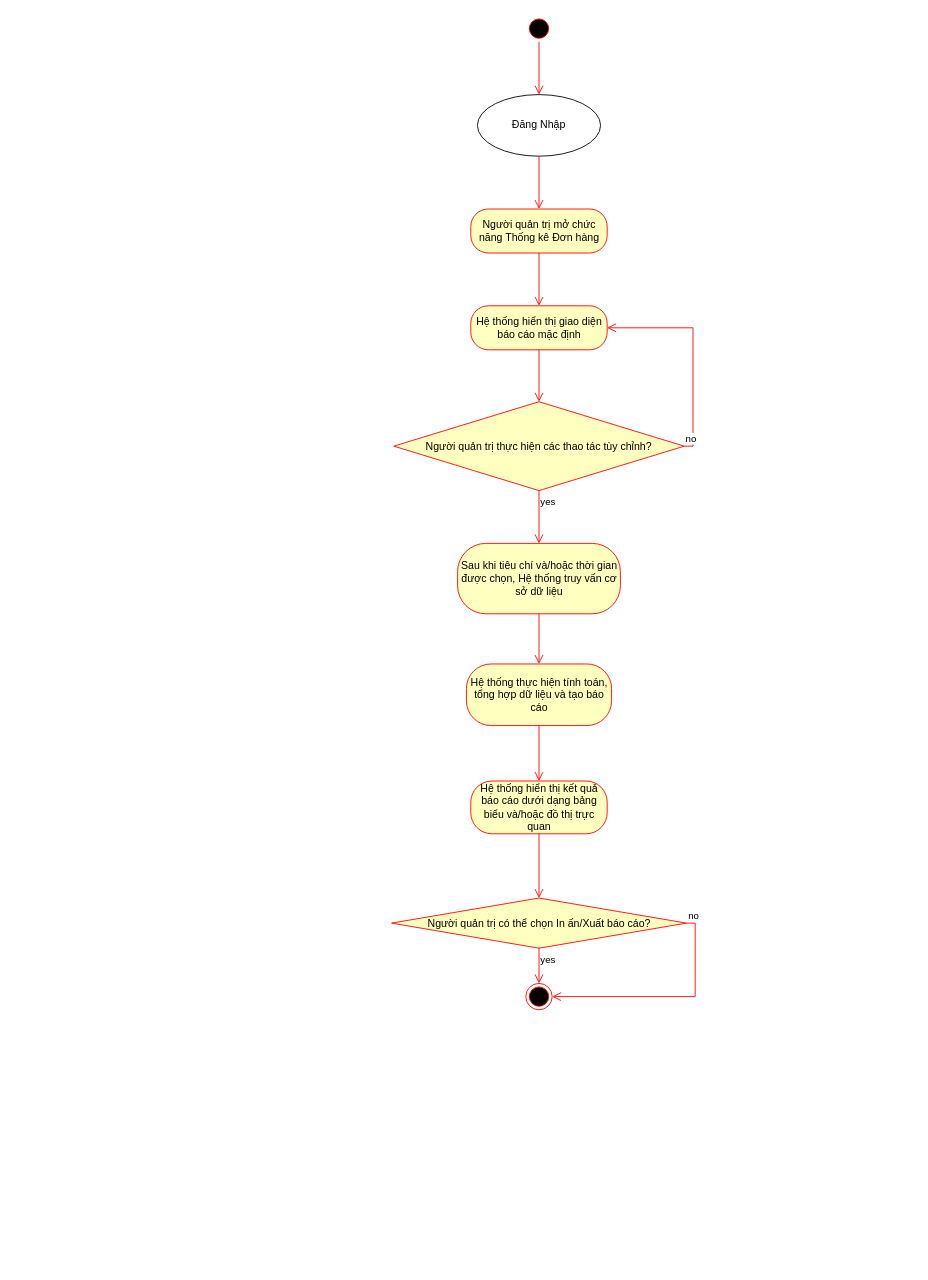
Earlier version of the draw.io diagram Diagram/Activity/Admin_ManageOrder.drawio (DiagaticSnith/goshop). Source tidied: cells renumbered, new cells numbered last; positions are measured from the earlier drawing's top-left corner, leaving out a move shared by most shapes. Both pictures are drawn from the tidied source at 88%, with x=0, y=0 at pixel (392, 15).
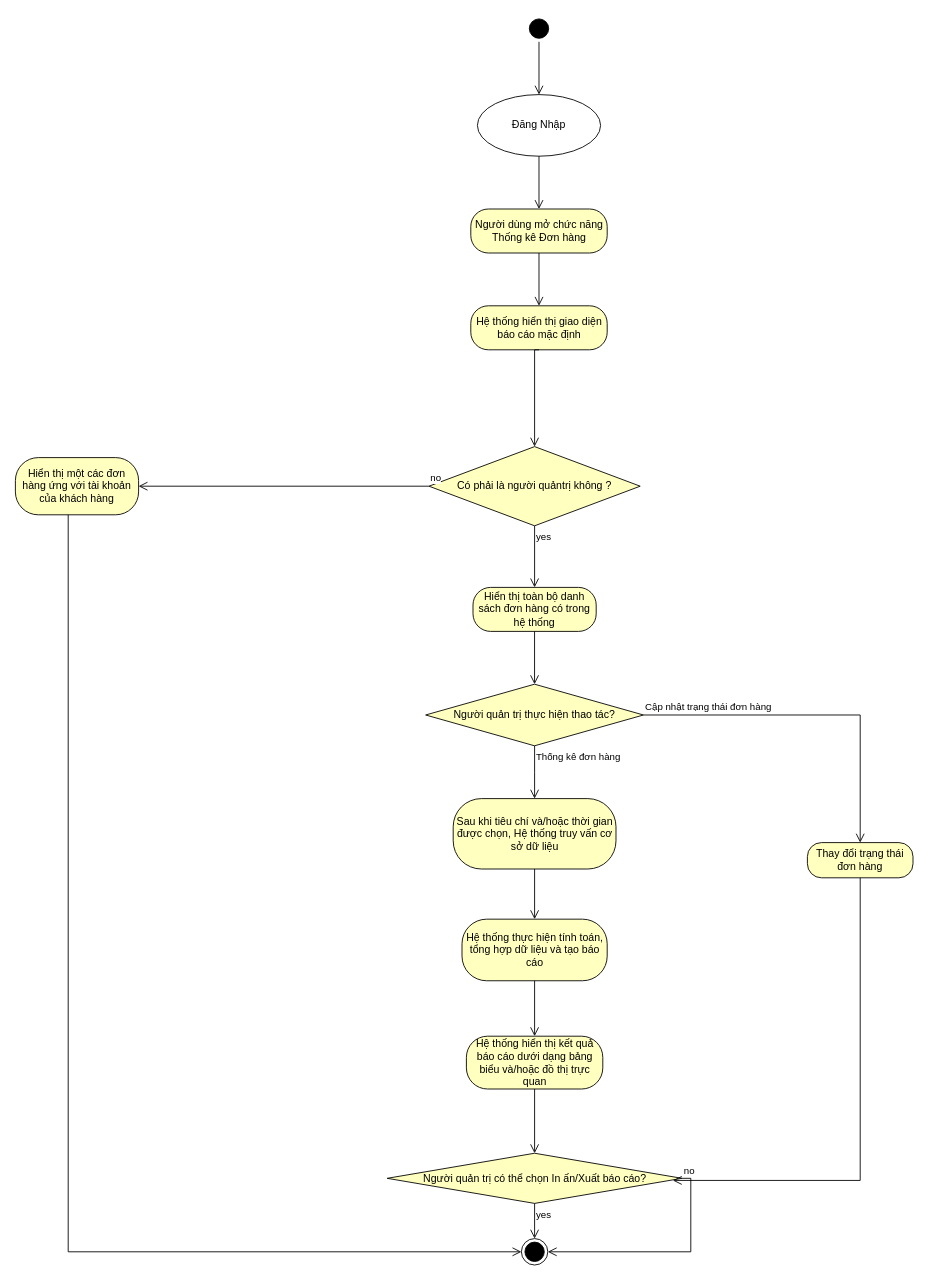
Above is the later version.

Diff of the diagram source:
```diff
@@
-    <mxCell id="2" style="ellipse;html=1;shape=startState;fillColor=#000000;strokeColor=#ff0000;" parent="1" vertex="1">
+    <mxCell id="2" style="ellipse;html=1;shape=startState;fillColor=#000000;strokeColor=#000000;" parent="1" vertex="1">
       <mxGeometry x="152" width="30" height="30" as="geometry" />
     </mxCell>
-    <mxCell id="3" style="edgeStyle=orthogonalEdgeStyle;html=1;verticalAlign=bottom;endArrow=open;endSize=8;strokeColor=#ff0000;rounded=0;entryX=0.5;entryY=0;entryDx=0;entryDy=0;" parent="1" edge="1" source="2" target="6">
+    <mxCell id="3" style="edgeStyle=orthogonalEdgeStyle;html=1;verticalAlign=bottom;endArrow=open;endSize=8;strokeColor=#000000;rounded=0;entryX=0.5;entryY=0;entryDx=0;entryDy=0;" parent="1" edge="1" source="2" target="6">
       <mxGeometry relative="1" as="geometry" />
     </mxCell>
-    <mxCell id="4" value="Người quản trị mở chức năng Thống kê Đơn hàng" style="rounded=1;whiteSpace=wrap;html=1;arcSize=40;fontColor=#000000;fillColor=#ffffc0;strokeColor=#ff0000;" parent="1" vertex="1">
+    <mxCell id="4" value="Người dùng mở chức năng Thống kê Đơn hàng" style="rounded=1;whiteSpace=wrap;html=1;arcSize=40;fontColor=#000000;fillColor=#ffffc0;strokeColor=#000000;" parent="1" vertex="1">
       <mxGeometry x="89.5" y="220" width="155" height="50" as="geometry" />
     </mxCell>
-    <mxCell id="5" style="edgeStyle=orthogonalEdgeStyle;html=1;verticalAlign=bottom;endArrow=open;endSize=8;strokeColor=#ff0000;rounded=0;entryX=0.5;entryY=0;entryDx=0;entryDy=0;" parent="1" edge="1" source="4" target="8">
+    <mxCell id="5" style="edgeStyle=orthogonalEdgeStyle;html=1;verticalAlign=bottom;endArrow=open;endSize=8;strokeColor=#000000;rounded=0;entryX=0.5;entryY=0;entryDx=0;entryDy=0;" parent="1" edge="1" source="4" target="8">
       <mxGeometry relative="1" as="geometry" />
     </mxCell>
-    <mxCell id="6" value="Đăng Nhập" style="ellipse;whiteSpace=wrap;html=1;" parent="1" vertex="1">
+    <mxCell id="6" value="Đăng Nhập" style="ellipse;whiteSpace=wrap;html=1;strokeColor=#000000;" parent="1" vertex="1">
       <mxGeometry x="97" y="90" width="140" height="70" as="geometry" />
     </mxCell>
-    <mxCell id="7" style="edgeStyle=orthogonalEdgeStyle;html=1;verticalAlign=bottom;endArrow=open;endSize=8;strokeColor=#ff0000;rounded=0;entryX=0.5;entryY=0;entryDx=0;entryDy=0;exitX=0.5;exitY=1;exitDx=0;exitDy=0;" parent="1" edge="1" source="6" target="4">
+    <mxCell id="7" style="edgeStyle=orthogonalEdgeStyle;html=1;verticalAlign=bottom;endArrow=open;endSize=8;strokeColor=#000000;rounded=0;entryX=0.5;entryY=0;entryDx=0;entryDy=0;exitX=0.5;exitY=1;exitDx=0;exitDy=0;" parent="1" edge="1" source="6" target="4">
       <mxGeometry relative="1" as="geometry" />
     </mxCell>
-    <mxCell id="8" value="Hệ thống hiển thị giao diện báo cáo mặc định" style="rounded=1;whiteSpace=wrap;html=1;arcSize=40;fontColor=#000000;fillColor=#ffffc0;strokeColor=#ff0000;" parent="1" vertex="1">
+    <mxCell id="8" value="Hệ thống hiển thị giao diện báo cáo mặc định" style="rounded=1;whiteSpace=wrap;html=1;arcSize=40;fontColor=#000000;fillColor=#ffffc0;strokeColor=#000000;" parent="1" vertex="1">
       <mxGeometry x="89.5" y="330" width="155" height="50" as="geometry" />
     </mxCell>
-    <mxCell id="9" style="edgeStyle=orthogonalEdgeStyle;html=1;verticalAlign=bottom;endArrow=open;endSize=8;strokeColor=#ff0000;rounded=0;entryX=0.5;entryY=0;entryDx=0;entryDy=0;" parent="1" edge="1" source="8" target="10">
-      <mxGeometry relative="1" as="geometry" />
-    </mxCell>
-    <mxCell id="10" value="Người quản trị thực hiện các thao tác tùy chỉnh?" style="rhombus;whiteSpace=wrap;html=1;fontColor=#000000;fillColor=#ffffc0;strokeColor=#ff0000;" parent="1" vertex="1">
-      <mxGeometry x="2" y="439" width="330" height="101" as="geometry" />
+    <mxCell id="10" value="Người quản trị thực hiện thao tác?" style="rhombus;whiteSpace=wrap;html=1;fontColor=#000000;fillColor=#ffffc0;strokeColor=#000000;" parent="1" vertex="1">
+      <mxGeometry x="38.2" y="760" width="247.5" height="70" as="geometry" />
     </mxCell>
-    <mxCell id="11" value="no" style="edgeStyle=orthogonalEdgeStyle;html=1;align=left;verticalAlign=bottom;endArrow=open;endSize=8;strokeColor=#ff0000;rounded=0;entryX=1;entryY=0.5;entryDx=0;entryDy=0;exitX=1;exitY=0.5;exitDx=0;exitDy=0;" parent="1" edge="1" source="10" target="8">
+    <mxCell id="11" value="Cập nhật trạng thái đơn hàng" style="edgeStyle=orthogonalEdgeStyle;html=1;align=left;verticalAlign=bottom;endArrow=open;endSize=8;strokeColor=#000000;rounded=0;exitX=1;exitY=0.5;exitDx=0;exitDy=0;entryX=0.5;entryY=0;entryDx=0;entryDy=0;" parent="1" edge="1" source="10" target="31">
       <mxGeometry x="-1" relative="1" as="geometry" />
     </mxCell>
-    <mxCell id="12" value="yes" style="edgeStyle=orthogonalEdgeStyle;html=1;align=left;verticalAlign=top;endArrow=open;endSize=8;strokeColor=#ff0000;rounded=0;entryX=0.5;entryY=0;entryDx=0;entryDy=0;" parent="1" edge="1" source="10" target="13">
+    <mxCell id="12" value="Thống kê đơn hàng" style="edgeStyle=orthogonalEdgeStyle;html=1;align=left;verticalAlign=top;endArrow=open;endSize=8;strokeColor=#000000;rounded=0;entryX=0.5;entryY=0;entryDx=0;entryDy=0;" parent="1" edge="1" source="10" target="13">
       <mxGeometry x="-1" relative="1" as="geometry" />
     </mxCell>
-    <mxCell id="13" value="Sau khi tiêu chí và/hoặc thời gian được chọn, Hệ thống truy vấn cơ sở dữ liệu" style="rounded=1;whiteSpace=wrap;html=1;arcSize=40;fontColor=#000000;fillColor=#ffffc0;strokeColor=#ff0000;" parent="1" vertex="1">
-      <mxGeometry x="74.5" y="600" width="185" height="80" as="geometry" />
+    <mxCell id="13" value="Sau khi tiêu chí và/hoặc thời gian được chọn, Hệ thống truy vấn cơ sở dữ liệu" style="rounded=1;whiteSpace=wrap;html=1;arcSize=40;fontColor=#000000;fillColor=#ffffc0;strokeColor=#000000;" parent="1" vertex="1">
+      <mxGeometry x="69.5" y="890" width="185" height="80" as="geometry" />
     </mxCell>
-    <mxCell id="14" style="edgeStyle=orthogonalEdgeStyle;html=1;verticalAlign=bottom;endArrow=open;endSize=8;strokeColor=#ff0000;rounded=0;entryX=0.5;entryY=0;entryDx=0;entryDy=0;" parent="1" edge="1" source="13" target="15">
+    <mxCell id="14" style="edgeStyle=orthogonalEdgeStyle;html=1;verticalAlign=bottom;endArrow=open;endSize=8;strokeColor=#000000;rounded=0;entryX=0.5;entryY=0;entryDx=0;entryDy=0;" parent="1" edge="1" source="13" target="15">
       <mxGeometry relative="1" as="geometry" />
     </mxCell>
-    <mxCell id="15" value="Hệ thống thực hiện tính toán, tổng hợp dữ liệu và tạo báo cáo" style="rounded=1;whiteSpace=wrap;html=1;arcSize=40;fontColor=#000000;fillColor=#ffffc0;strokeColor=#ff0000;" parent="1" vertex="1">
-      <mxGeometry x="84.5" y="737" width="165" height="70" as="geometry" />
+    <mxCell id="15" value="Hệ thống thực hiện tính toán, tổng hợp dữ liệu và tạo báo cáo" style="rounded=1;whiteSpace=wrap;html=1;arcSize=40;fontColor=#000000;fillColor=#ffffc0;strokeColor=#000000;" parent="1" vertex="1">
+      <mxGeometry x="79.5" y="1027" width="165" height="70" as="geometry" />
     </mxCell>
-    <mxCell id="16" style="edgeStyle=orthogonalEdgeStyle;html=1;verticalAlign=bottom;endArrow=open;endSize=8;strokeColor=#ff0000;rounded=0;" parent="1" edge="1" source="15" target="17">
+    <mxCell id="16" style="edgeStyle=orthogonalEdgeStyle;html=1;verticalAlign=bottom;endArrow=open;endSize=8;strokeColor=#000000;rounded=0;" parent="1" edge="1" source="15" target="17">
       <mxGeometry relative="1" as="geometry" />
     </mxCell>
-    <mxCell id="17" value="Hệ thống hiển thị kết quả báo cáo dưới dạng bảng biểu và/hoặc đồ thị trực quan" style="rounded=1;whiteSpace=wrap;html=1;arcSize=40;fontColor=#000000;fillColor=#ffffc0;strokeColor=#ff0000;" parent="1" vertex="1">
-      <mxGeometry x="89.5" y="870" width="155" height="60" as="geometry" />
+    <mxCell id="17" value="Hệ thống hiển thị kết quả báo cáo dưới dạng bảng biểu và/hoặc đồ thị trực quan" style="rounded=1;whiteSpace=wrap;html=1;arcSize=40;fontColor=#000000;fillColor=#ffffc0;strokeColor=#000000;" parent="1" vertex="1">
+      <mxGeometry x="84.5" y="1160" width="155" height="60" as="geometry" />
     </mxCell>
-    <mxCell id="18" style="edgeStyle=orthogonalEdgeStyle;html=1;verticalAlign=bottom;endArrow=open;endSize=8;strokeColor=#ff0000;rounded=0;entryX=0.5;entryY=0;entryDx=0;entryDy=0;" parent="1" edge="1" source="17" target="19">
+    <mxCell id="18" style="edgeStyle=orthogonalEdgeStyle;html=1;verticalAlign=bottom;endArrow=open;endSize=8;strokeColor=#000000;rounded=0;entryX=0.5;entryY=0;entryDx=0;entryDy=0;" parent="1" edge="1" source="17" target="19">
       <mxGeometry relative="1" as="geometry" />
     </mxCell>
-    <mxCell id="19" value="Người quản trị có thể chọn In ấn/Xuất báo cáo?" style="rhombus;whiteSpace=wrap;html=1;fontColor=#000000;fillColor=#ffffc0;strokeColor=#ff0000;" parent="1" vertex="1">
-      <mxGeometry x="-0.5" y="1003" width="335" height="57" as="geometry" />
+    <mxCell id="19" value="Người quản trị có thể chọn In ấn/Xuất báo cáo?" style="rhombus;whiteSpace=wrap;html=1;fontColor=#000000;fillColor=#ffffc0;strokeColor=#000000;" parent="1" vertex="1">
+      <mxGeometry x="-5.5" y="1293" width="335" height="57" as="geometry" />
     </mxCell>
-    <mxCell id="20" value="no" style="edgeStyle=orthogonalEdgeStyle;html=1;align=left;verticalAlign=bottom;endArrow=open;endSize=8;strokeColor=#ff0000;rounded=0;entryX=1;entryY=0.5;entryDx=0;entryDy=0;exitX=1;exitY=0.5;exitDx=0;exitDy=0;" parent="1" edge="1" source="19" target="22">
+    <mxCell id="20" value="no" style="edgeStyle=orthogonalEdgeStyle;html=1;align=left;verticalAlign=bottom;endArrow=open;endSize=8;strokeColor=#000000;rounded=0;entryX=1;entryY=0.5;entryDx=0;entryDy=0;exitX=1;exitY=0.5;exitDx=0;exitDy=0;" parent="1" edge="1" source="19" target="22">
       <mxGeometry x="-1" relative="1" as="geometry" />
     </mxCell>
-    <mxCell id="21" value="yes" style="edgeStyle=orthogonalEdgeStyle;html=1;align=left;verticalAlign=top;endArrow=open;endSize=8;strokeColor=#ff0000;rounded=0;entryX=0.5;entryY=0;entryDx=0;entryDy=0;" parent="1" edge="1" source="19" target="22">
+    <mxCell id="21" value="yes" style="edgeStyle=orthogonalEdgeStyle;html=1;align=left;verticalAlign=top;endArrow=open;endSize=8;strokeColor=#000000;rounded=0;entryX=0.5;entryY=0;entryDx=0;entryDy=0;" parent="1" edge="1" source="19" target="22">
       <mxGeometry x="-1" relative="1" as="geometry" />
     </mxCell>
-    <mxCell id="22" style="ellipse;html=1;shape=endState;fillColor=#000000;strokeColor=#ff0000;" parent="1" vertex="1">
-      <mxGeometry x="152" y="1100" width="30" height="30" as="geometry" />
+    <mxCell id="22" style="ellipse;html=1;shape=endState;fillColor=#000000;strokeColor=#000000;" parent="1" vertex="1">
+      <mxGeometry x="147" y="1390" width="30" height="30" as="geometry" />
     </mxCell>
+    <mxCell id="23" value="Có phải là người quảntrị không ?" style="rhombus;whiteSpace=wrap;html=1;fontColor=#000000;fillColor=#ffffc0;strokeColor=#000000;" parent="1" vertex="1">
+      <mxGeometry x="42" y="490" width="240" height="90" as="geometry" />
+    </mxCell>
+    <mxCell id="24" value="no" style="edgeStyle=orthogonalEdgeStyle;html=1;align=left;verticalAlign=bottom;endArrow=open;endSize=8;strokeColor=#000000;rounded=0;exitX=0;exitY=0.5;exitDx=0;exitDy=0;entryX=1;entryY=0.5;entryDx=0;entryDy=0;" parent="1" edge="1" source="23" target="27">
+      <mxGeometry x="-1" relative="1" as="geometry" />
+    </mxCell>
+    <mxCell id="25" value="yes" style="edgeStyle=orthogonalEdgeStyle;html=1;align=left;verticalAlign=top;endArrow=open;endSize=8;strokeColor=#000000;rounded=0;entryX=0.5;entryY=0;entryDx=0;entryDy=0;" parent="1" edge="1" source="23" target="29">
+      <mxGeometry x="-1" relative="1" as="geometry" />
+    </mxCell>
+    <mxCell id="26" style="edgeStyle=orthogonalEdgeStyle;html=1;verticalAlign=bottom;endArrow=open;endSize=8;strokeColor=#000000;rounded=0;entryX=0.5;entryY=0;entryDx=0;entryDy=0;exitX=0.5;exitY=1;exitDx=0;exitDy=0;" parent="1" edge="1" source="8" target="23">
+      <mxGeometry relative="1" as="geometry">
+        <Array as="points">
+          <mxPoint x="162" y="380" />
+        </Array>
+      </mxGeometry>
+    </mxCell>
+    <mxCell id="27" value="Hiển thị một các đơn hàng ứng với tài khoản của khách hàng" style="rounded=1;whiteSpace=wrap;html=1;arcSize=40;fontColor=#000000;fillColor=#ffffc0;strokeColor=#000000;" parent="1" vertex="1">
+      <mxGeometry x="-428" y="502.5" width="140" height="65" as="geometry" />
+    </mxCell>
+    <mxCell id="28" style="edgeStyle=orthogonalEdgeStyle;html=1;verticalAlign=bottom;endArrow=open;endSize=8;strokeColor=#000000;rounded=0;entryX=0;entryY=0.5;entryDx=0;entryDy=0;" parent="1" edge="1" source="27" target="22">
+      <mxGeometry relative="1" as="geometry">
+        <Array as="points">
+          <mxPoint x="-368" y="1405" />
+        </Array>
+      </mxGeometry>
+    </mxCell>
+    <mxCell id="29" value="Hiển thị toàn bộ danh sách đơn hàng có trong hệ thống" style="rounded=1;whiteSpace=wrap;html=1;arcSize=40;fontColor=#000000;fillColor=#ffffc0;strokeColor=#000000;" parent="1" vertex="1">
+      <mxGeometry x="92" y="650" width="140" height="50" as="geometry" />
+    </mxCell>
+    <mxCell id="30" style="edgeStyle=orthogonalEdgeStyle;html=1;verticalAlign=bottom;endArrow=open;endSize=8;strokeColor=#000000;rounded=0;entryX=0.5;entryY=0;entryDx=0;entryDy=0;" parent="1" edge="1" source="29" target="10">
+      <mxGeometry relative="1" as="geometry" />
+    </mxCell>
+    <mxCell id="31" value="Thay đổi trạng thái đơn hàng" style="rounded=1;whiteSpace=wrap;html=1;arcSize=40;fontColor=#000000;fillColor=#ffffc0;strokeColor=#000000;" parent="1" vertex="1">
+      <mxGeometry x="472" y="940" width="120" height="40" as="geometry" />
+    </mxCell>
+    <mxCell id="32" style="edgeStyle=orthogonalEdgeStyle;html=1;verticalAlign=bottom;endArrow=open;endSize=8;strokeColor=#000000;rounded=0;entryX=0.969;entryY=0.542;entryDx=0;entryDy=0;entryPerimeter=0;" parent="1" edge="1" source="31" target="19">
+      <mxGeometry relative="1" as="geometry">
+        <Array as="points">
+          <mxPoint x="532" y="1324" />
+        </Array>
+      </mxGeometry>
+    </mxCell>
```
